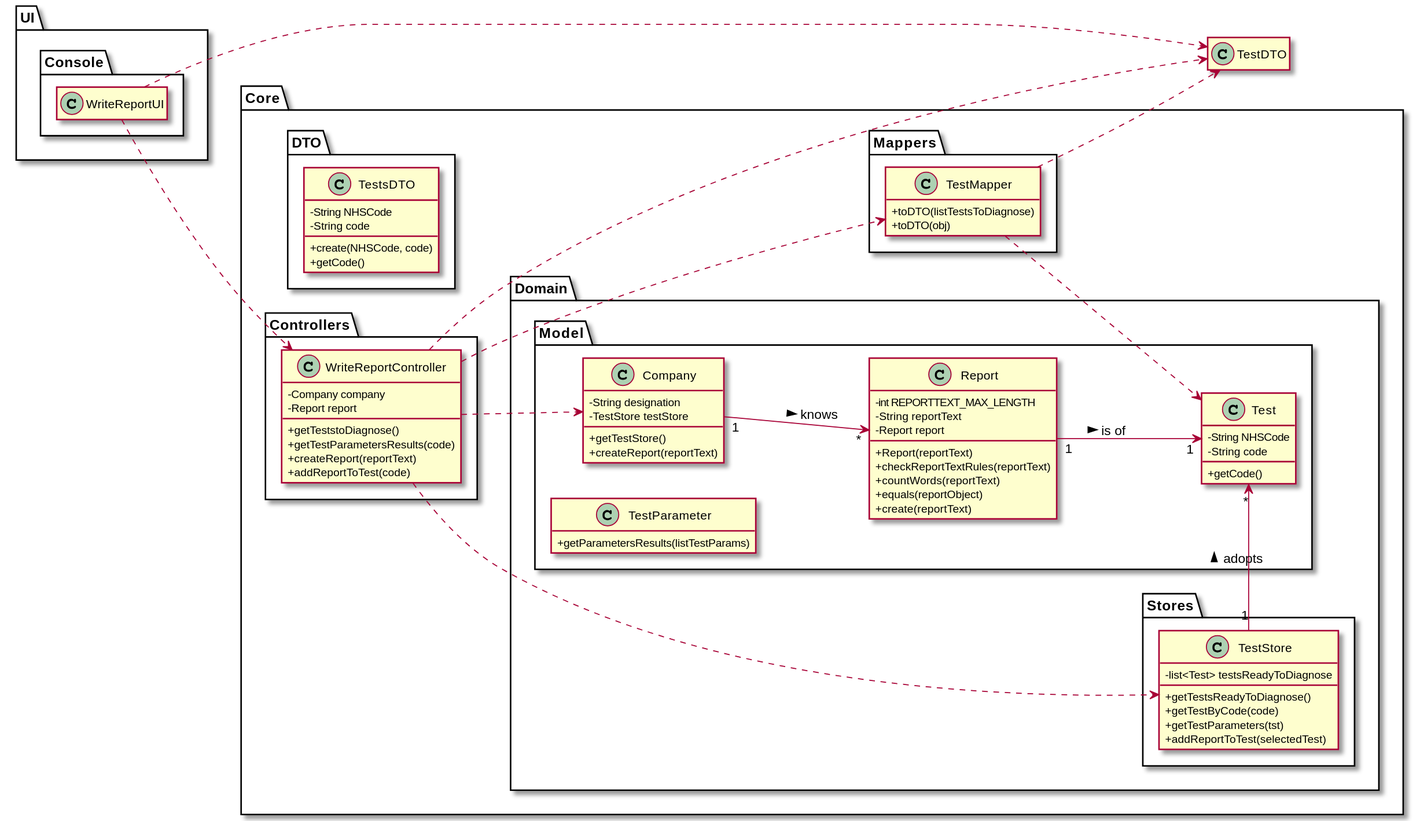
Above: docs/SprintC/US_14/US014_CD.svg in ana-albergaria/LAPR2-ISEP (PlantUML), before the change.
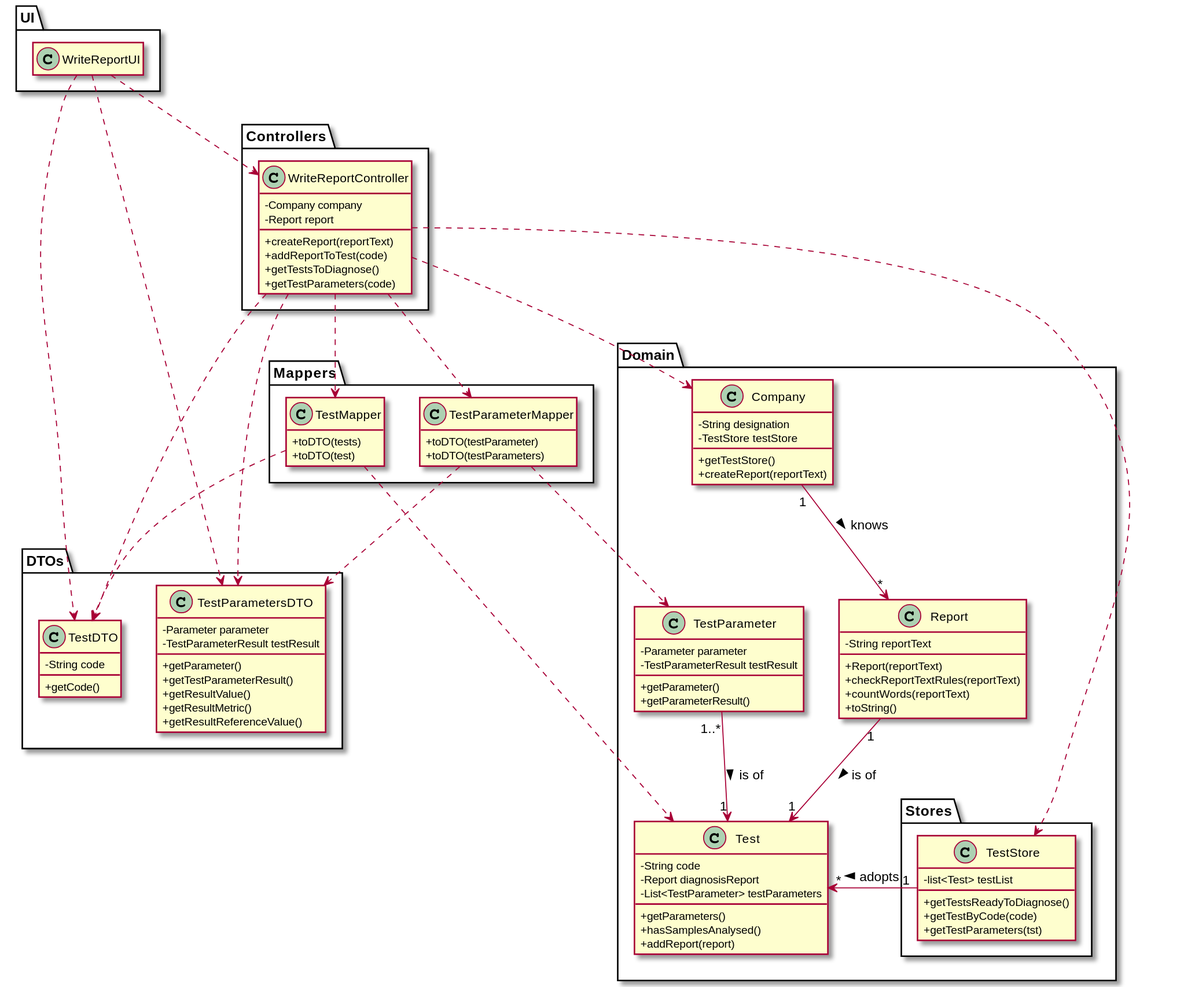
The same diagram one commit later.

Commit message:
Created US14 Package Diagram (PD) and Updated CD.

The edit, as a diff of the source:
```diff
@@ -1,14 +1,9 @@
 @startuml
 hide empty methods
 hide empty attributes
-left to right direction
 skinparam classAttributeIconSize 0
 
-package Core {
-
 package Domain {
-
-package Model {
 
 class Company {
     -String designation
@@ -18,36 +13,36 @@
 }
 
 class Report {
-    - int REPORTTEXT_MAX_LENGTH
     - String reportText
-    - Report report
     + Report(reportText)
     + checkReportTextRules(reportText)
     + countWords(reportText)
-    + equals(reportObject)
-    + create(reportText)
+    + toString()
 }
 
 class Test {
-    -String NHSCode
     -String code
-    +getCode()
+    -Report diagnosisReport
+    -List<TestParameter> testParameters
+    +getParameters()
+    +hasSamplesAnalysed()
+    +addReport(report)
 }
 
 class TestParameter {
-    +getParametersResults(listTestParams)
-}
-
+    -Parameter parameter
+    -TestParameterResult testResult
+    +getParameter()
+    +getParameterResult()
 }
 
 package Stores {
 
 class TestStore {
-    -list<Test> testsReadyToDiagnose
+    -list<Test> testList
     +getTestsReadyToDiagnose()
     +getTestByCode(code)
     +getTestParameters(tst)
-    +addReportToTest(selectedTest)
 }
 
 }
@@ -57,19 +52,32 @@
 package Mappers {
 
 class TestMapper {
-    +toDTO(listTestsToDiagnose)
-    +toDTO(obj)
+    +toDTO(tests)
+    +toDTO(test)
+}
+
+class TestParameterMapper {
+    +toDTO(testParameter)
+    +toDTO(testParameters)
 }
 
 }
 
-package DTO {
+package DTOs {
 
-class TestsDTO {
-    -String NHSCode
+class TestDTO {
     -String code
-    +create(NHSCode, code)
     +getCode()
+}
+
+class TestParametersDTO {
+    -Parameter parameter
+    -TestParameterResult testResult
+    +getParameter()
+    +getTestParameterResult()
+    +getResultValue()
+    +getResultMetric()
+    +getResultReferenceValue()
 }
 
 }
@@ -79,37 +87,37 @@
 class WriteReportController {
     -Company company
     -Report report
-    +getTeststoDiagnose()
-    +getTestParametersResults(code)
     +createReport(reportText)
     +addReportToTest(code)
-}
-
+    +getTestsToDiagnose()
+    +getTestParameters(code)
 }
 
 }
 
 package UI {
 
-package Console {
-
 class WriteReportUI {
-}
-
 }
 
 }
 
 WriteReportUI ..> WriteReportController
 WriteReportUI ..> TestDTO
+WriteReportUI ..> TestParametersDTO
 WriteReportController ..> TestMapper
+WriteReportController ..> TestParameterMapper
 WriteReportController ..> Company
 WriteReportController ..> TestStore
 WriteReportController ..> TestDTO
+WriteReportController ..> TestParametersDTO
 TestStore "1" -> "*" Test : adopts >
 Company "1" --> "*" Report : knows >
 Report "1" --> "1" Test : is of >
+TestParameter "1..*" --> "1" Test : is of >
 TestMapper ..> Test
+TestParameterMapper ..> TestParameter
 TestMapper ..> TestDTO
+TestParameterMapper ..> TestParametersDTO
 
 @enduml
```
